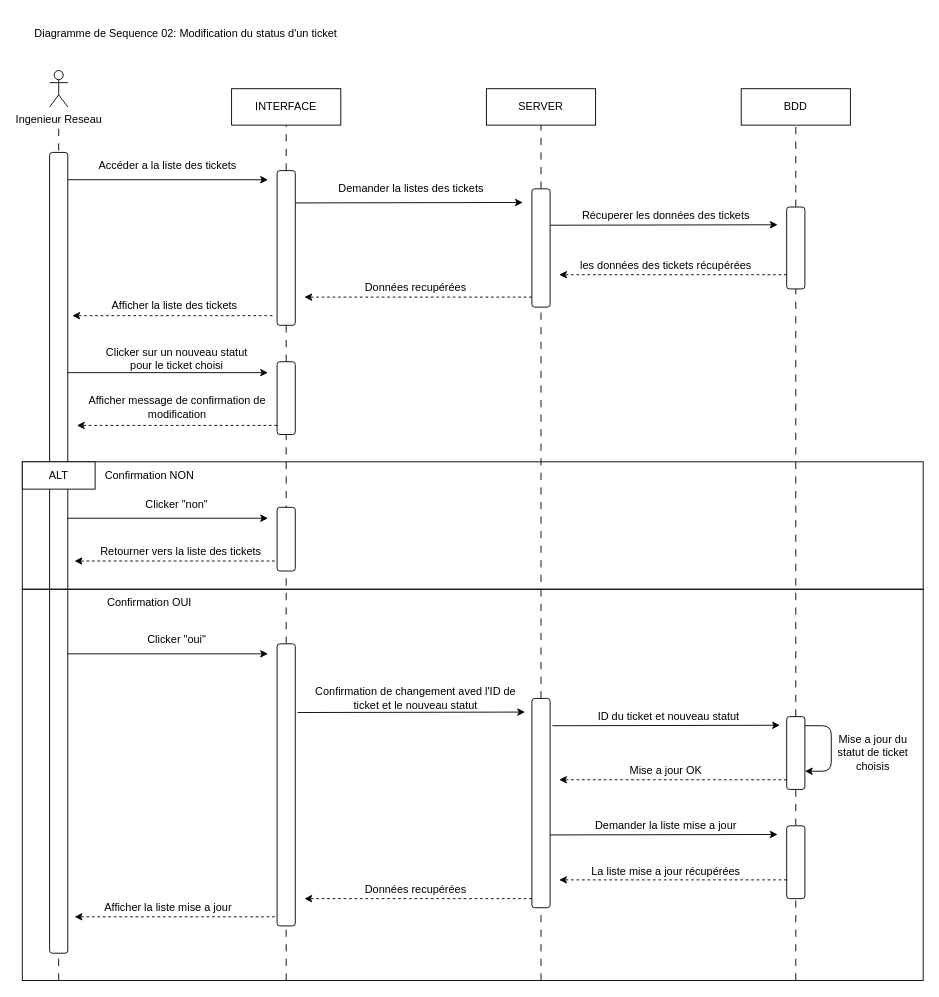
Earlier version of the draw.io diagram page "MAJ statut ticket" (3 of 6) of Conception/diag_Seq.drawio (Belakebi-Amine/djezzy_supervision). Source tidied: cells renumbered, new cells numbered last; positions are measured from the earlier drawing's top-left corner, leaving out a move shared by most shapes. Both pictures are drawn from the tidied source at 91%, with x=0, y=0 at pixel (22, 15).
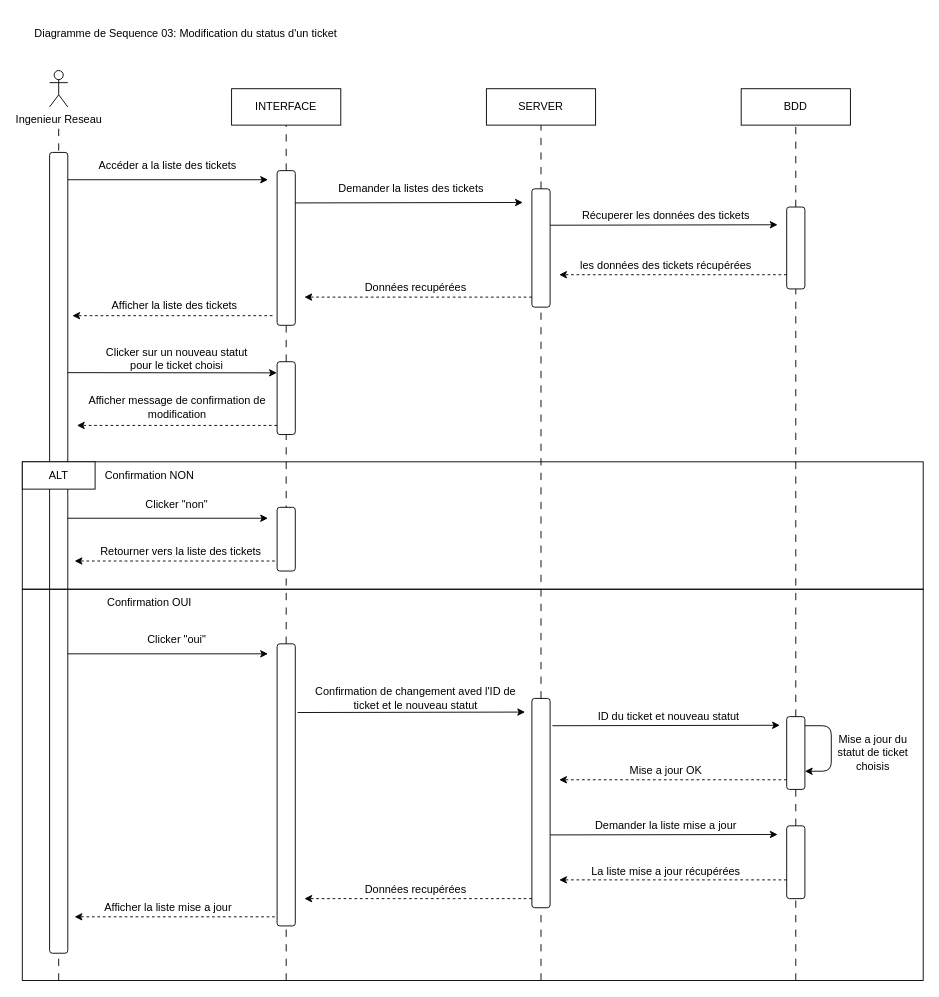
Above is the later version.

Unchanged cells that the change refers to:
```xml
<mxCell id="36" style="rounded=1;whiteSpace=wrap;html=1;" parent="1" vertex="1">
  <mxGeometry x="280" y="380" width="20" height="80" as="geometry" />
</mxCell>
```

The edit, as a diff of the source:
```diff
@@
-    <mxCell id="10" value="Diagramme de Sequence 02: Modification du status d'un ticket" style="text;html=1;align=center;verticalAlign=middle;whiteSpace=wrap;rounded=0;fillColor=default;" parent="1" vertex="1">
+    <mxCell id="10" value="Diagramme de Sequence 03: Modification du status d'un ticket" style="text;html=1;align=center;verticalAlign=middle;whiteSpace=wrap;rounded=0;fillColor=default;" parent="1" vertex="1">
       <mxGeometry width="360" height="40" as="geometry" />
     </mxCell>
@@
-    <mxCell id="33" style="endArrow=classic;html=1;" parent="1" edge="1">
+    <mxCell id="33" style="endArrow=classic;html=1;entryX=-0.015;entryY=0.153;entryDx=0;entryDy=0;entryPerimeter=0;" parent="1" edge="1" target="36">
       <mxGeometry relative="1" as="geometry">
         <mxPoint x="50" y="392" as="sourcePoint" />
-        <mxPoint x="270" y="392" as="targetPoint" />
       </mxGeometry>
     </mxCell>
```
